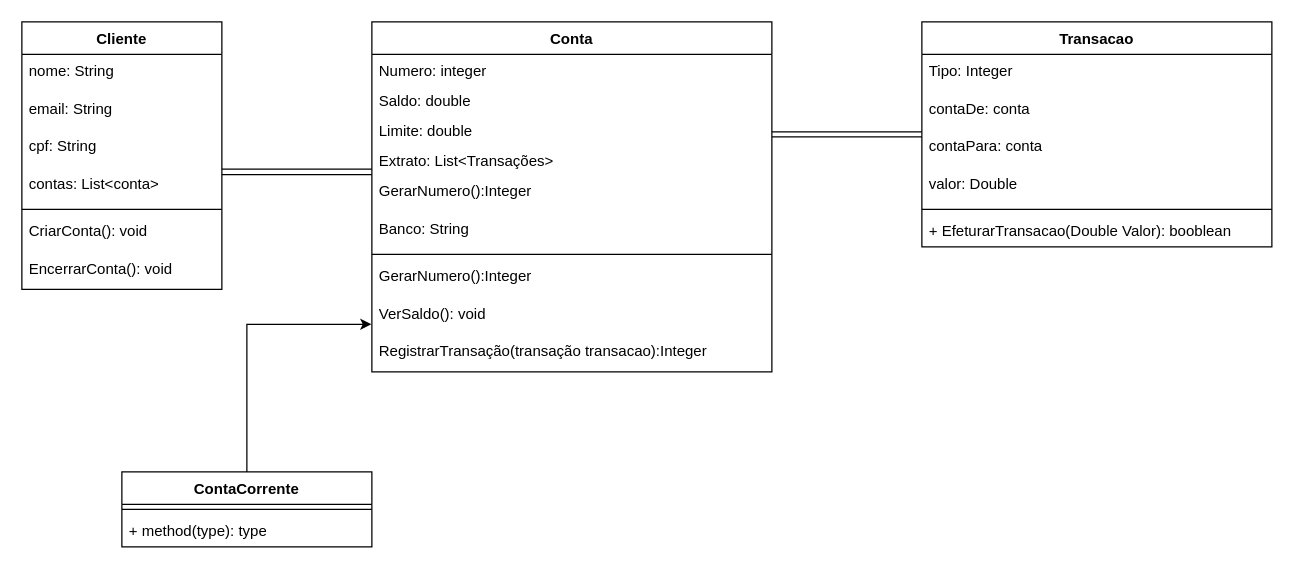
Before: FinTech.drawio in nandorainert/FinTech, a draw.io diagram. Source tidied: cells renumbered, new cells numbered last; positions are measured from the earlier drawing's top-left corner, leaving out a move shared by most shapes. Both pictures are drawn from the tidied source at 125%, with x=0, y=0 at pixel (21, 21).
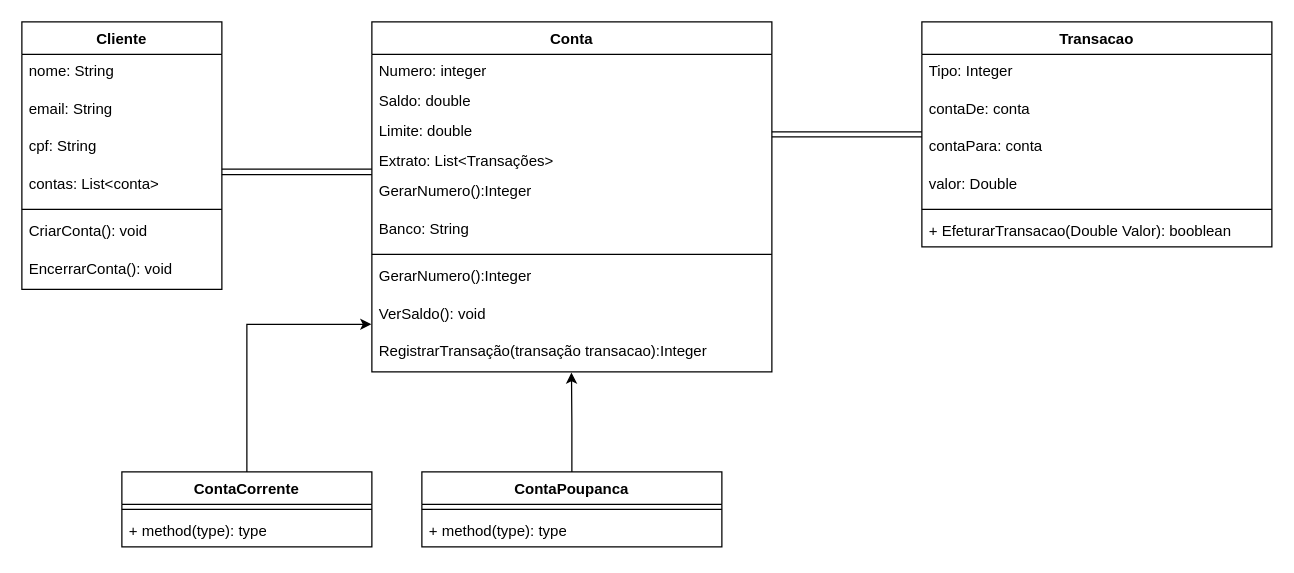
The same page after the edit.

The change refers to these unchanged cells:
```xml
<mxCell id="12" value="RegistrarTransação(transação transacao):Integer" style="text;align=left;verticalAlign=top;spacingLeft=4;spacingRight=4;overflow=hidden;points=[[0,0.5],[1,0.5]];portConstraint=eastwest;" parent="2" vertex="1">
  <mxGeometry y="250" width="320" height="30" as="geometry" />
</mxCell>
```

Change to the diagram source:
```diff
@@
+    <mxCell id="35" style="edgeStyle=orthogonalEdgeStyle;rounded=0;jettySize=auto;html=1;entryX=0.499;entryY=1.017;entryDx=0;entryDy=0;entryPerimeter=0;" parent="1" edge="1" source="36" target="12">
+      <mxGeometry relative="1" as="geometry" />
+    </mxCell>
+    <mxCell id="36" value="ContaPoupanca" style="swimlane;fontStyle=1;align=center;verticalAlign=top;horizontal=1;startSize=26;whiteSpace=wrap;html=1;" parent="1" vertex="1">
+      <mxGeometry x="320" y="360" width="240" height="60" as="geometry" />
+    </mxCell>
+    <mxCell id="37" style="line;strokeWidth=1;fillColor=none;align=left;verticalAlign=middle;spacingTop=-1;spacingLeft=3;spacingRight=3;labelPosition=right;strokeColor=inherit;" parent="36" vertex="1">
+      <mxGeometry y="26" width="240" height="8" as="geometry" />
+    </mxCell>
+    <mxCell id="38" value="+ method(type): type" style="text;strokeColor=none;fillColor=none;align=left;verticalAlign=top;spacingLeft=4;spacingRight=4;overflow=hidden;whiteSpace=wrap;html=1;" parent="36" vertex="1">
+      <mxGeometry y="34" width="240" height="26" as="geometry" />
+    </mxCell>
```
